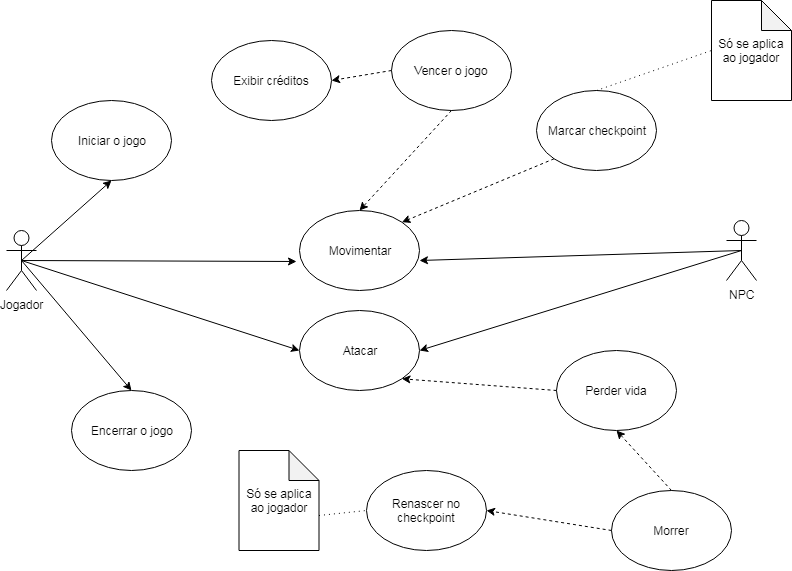
Thifany-Nicastro/Sky-Ashes keeps this draw.io diagram as Documentação/Caso de uso.png. Above is the earlier version. Source tidied: cells renumbered, new cells last; positions are measured from the earlier drawing's top-left corner, leaving out a move shared by most shapes. Source of this version:
```xml
<mxGraphModel>
  <root>
    <mxCell id="0" />
    <mxCell id="1" parent="0" />
    <mxCell id="2" value="Jogador&lt;br&gt;" style="shape=umlActor;verticalLabelPosition=bottom;labelBackgroundColor=#ffffff;verticalAlign=top;html=1;outlineConnect=0;" parent="1" vertex="1">
      <mxGeometry y="230" width="30" height="60" as="geometry" />
    </mxCell>
    <mxCell id="3" value="NPC" style="shape=umlActor;verticalLabelPosition=bottom;labelBackgroundColor=#ffffff;verticalAlign=top;html=1;outlineConnect=0;" parent="1" vertex="1">
      <mxGeometry x="720" y="220" width="30" height="60" as="geometry" />
    </mxCell>
    <mxCell id="4" value="Iniciar o jogo" style="ellipse;whiteSpace=wrap;html=1;" parent="1" vertex="1">
      <mxGeometry x="45" y="100" width="120" height="80" as="geometry" />
    </mxCell>
    <mxCell id="5" value="Encerrar o jogo" style="ellipse;whiteSpace=wrap;html=1;" parent="1" vertex="1">
      <mxGeometry x="65" y="390" width="120" height="80" as="geometry" />
    </mxCell>
    <mxCell id="6" value="Atacar" style="ellipse;whiteSpace=wrap;html=1;" parent="1" vertex="1">
      <mxGeometry x="293" y="310" width="120" height="80" as="geometry" />
    </mxCell>
    <mxCell id="7" value="Movimentar" style="ellipse;whiteSpace=wrap;html=1;" parent="1" vertex="1">
      <mxGeometry x="293" y="210" width="120" height="80" as="geometry" />
    </mxCell>
    <mxCell id="8" style="endArrow=classic;html=1;entryX=0.5;entryY=1;entryDx=0;entryDy=0;exitX=0.5;exitY=0.5;exitDx=0;exitDy=0;exitPerimeter=0;" parent="1" edge="1" source="2" target="4">
      <mxGeometry relative="1" as="geometry" />
    </mxCell>
    <mxCell id="9" style="endArrow=classic;html=1;exitX=0.5;exitY=0.5;exitDx=0;exitDy=0;exitPerimeter=0;" parent="1" edge="1" source="2">
      <mxGeometry relative="1" as="geometry">
        <mxPoint x="290" y="261" as="targetPoint" />
      </mxGeometry>
    </mxCell>
    <mxCell id="10" style="endArrow=classic;html=1;entryX=1;entryY=0.625;entryDx=0;entryDy=0;entryPerimeter=0;exitX=0.5;exitY=0.5;exitDx=0;exitDy=0;exitPerimeter=0;" parent="1" edge="1" source="3" target="7">
      <mxGeometry relative="1" as="geometry" />
    </mxCell>
    <mxCell id="11" style="endArrow=classic;html=1;entryX=0;entryY=0.5;entryDx=0;entryDy=0;exitX=0.5;exitY=0.5;exitDx=0;exitDy=0;exitPerimeter=0;" parent="1" edge="1" source="2" target="6">
      <mxGeometry relative="1" as="geometry" />
    </mxCell>
    <mxCell id="12" style="endArrow=classic;html=1;entryX=1;entryY=0.5;entryDx=0;entryDy=0;exitX=0.5;exitY=0.5;exitDx=0;exitDy=0;exitPerimeter=0;" parent="1" edge="1" source="3" target="6">
      <mxGeometry relative="1" as="geometry" />
    </mxCell>
    <mxCell id="13" style="endArrow=classic;html=1;entryX=0.5;entryY=0;entryDx=0;entryDy=0;exitX=0.5;exitY=0.5;exitDx=0;exitDy=0;exitPerimeter=0;" parent="1" edge="1" source="2" target="5">
      <mxGeometry relative="1" as="geometry" />
    </mxCell>
    <mxCell id="14" value="Morrer" style="ellipse;whiteSpace=wrap;html=1;" parent="1" vertex="1">
      <mxGeometry x="605" y="490" width="120" height="80" as="geometry" />
    </mxCell>
    <mxCell id="15" style="endArrow=classic;dashed=1;html=1;entryX=0.5;entryY=1;entryDx=0;entryDy=0;exitX=0.5;exitY=0;exitDx=0;exitDy=0;startArrow=none;startFill=0;endFill=1;" parent="1" edge="1" source="14" target="16">
      <mxGeometry relative="1" as="geometry" />
    </mxCell>
    <mxCell id="16" value="Perder vida" style="ellipse;whiteSpace=wrap;html=1;" parent="1" vertex="1">
      <mxGeometry x="550" y="350" width="120" height="80" as="geometry" />
    </mxCell>
    <mxCell id="17" style="endArrow=classic;dashed=1;html=1;entryX=1;entryY=1;entryDx=0;entryDy=0;exitX=0;exitY=0.5;exitDx=0;exitDy=0;startArrow=none;startFill=0;endFill=1;" parent="1" edge="1" source="16" target="6">
      <mxGeometry relative="1" as="geometry" />
    </mxCell>
    <mxCell id="18" style="endArrow=classic;dashed=1;html=1;exitX=0;exitY=0.5;exitDx=0;exitDy=0;startArrow=none;startFill=0;endFill=1;entryX=1;entryY=0.5;entryDx=0;entryDy=0;" parent="1" edge="1" source="14" target="19">
      <mxGeometry relative="1" as="geometry" />
    </mxCell>
    <mxCell id="19" value="Renascer no checkpoint" style="ellipse;whiteSpace=wrap;html=1;" parent="1" vertex="1">
      <mxGeometry x="360" y="470" width="120" height="80" as="geometry" />
    </mxCell>
    <mxCell id="20" value="Marcar checkpoint" style="ellipse;whiteSpace=wrap;html=1;" parent="1" vertex="1">
      <mxGeometry x="530" y="90" width="120" height="80" as="geometry" />
    </mxCell>
    <mxCell id="21" style="endArrow=classic;dashed=1;html=1;entryX=1;entryY=0;entryDx=0;entryDy=0;exitX=0;exitY=1;exitDx=0;exitDy=0;startArrow=none;startFill=0;endFill=1;" parent="1" edge="1" source="20" target="7">
      <mxGeometry relative="1" as="geometry" />
    </mxCell>
    <mxCell id="22" value="Só se aplica ao jogador" style="shape=note;whiteSpace=wrap;html=1;backgroundOutline=1;darkOpacity=0.05;" parent="1" vertex="1">
      <mxGeometry x="705" width="80" height="100" as="geometry" />
    </mxCell>
    <mxCell id="23" style="endArrow=none;dashed=1;html=1;entryX=0;entryY=0.5;entryDx=0;entryDy=0;entryPerimeter=0;dashPattern=1 4;exitX=0.5;exitY=0;exitDx=0;exitDy=0;" parent="1" edge="1" source="20" target="22">
      <mxGeometry relative="1" as="geometry" />
    </mxCell>
    <mxCell id="24" value="Vencer o jogo" style="ellipse;whiteSpace=wrap;html=1;" parent="1" vertex="1">
      <mxGeometry x="385" y="30" width="120" height="80" as="geometry" />
    </mxCell>
    <mxCell id="25" style="endArrow=classic;dashed=1;html=1;entryX=0.5;entryY=0;entryDx=0;entryDy=0;exitX=0.5;exitY=1;exitDx=0;exitDy=0;startArrow=none;startFill=0;endFill=1;" parent="1" edge="1" source="24" target="7">
      <mxGeometry relative="1" as="geometry" />
    </mxCell>
    <mxCell id="26" value="Exibir créditos" style="ellipse;whiteSpace=wrap;html=1;" parent="1" vertex="1">
      <mxGeometry x="205" y="40" width="120" height="80" as="geometry" />
    </mxCell>
    <mxCell id="27" style="endArrow=classic;dashed=1;html=1;exitX=0;exitY=0.5;exitDx=0;exitDy=0;startArrow=none;startFill=0;endFill=1;entryX=1;entryY=0.5;entryDx=0;entryDy=0;" parent="1" edge="1" source="24" target="26">
      <mxGeometry relative="1" as="geometry" />
    </mxCell>
    <mxCell id="28" value="Só se aplica ao jogador" style="shape=note;whiteSpace=wrap;html=1;backgroundOutline=1;darkOpacity=0.05;" parent="1" vertex="1">
      <mxGeometry x="232.5" y="450" width="80" height="100" as="geometry" />
    </mxCell>
    <mxCell id="29" style="endArrow=none;dashed=1;html=1;entryX=0;entryY=0.5;entryDx=0;entryDy=0;dashPattern=1 4;exitX=0;exitY=0;exitDx=80;exitDy=65;exitPerimeter=0;" parent="1" edge="1" source="28" target="19">
      <mxGeometry relative="1" as="geometry" />
    </mxCell>
  </root>
</mxGraphModel>
```
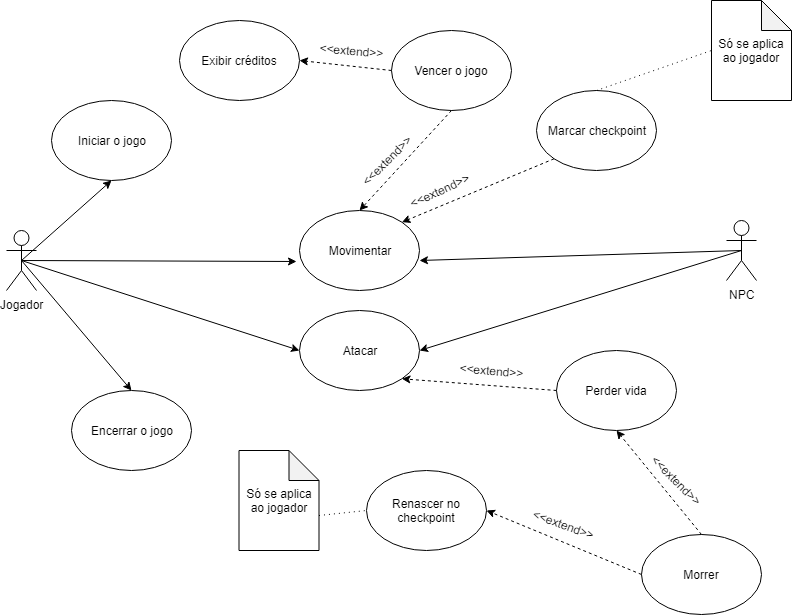
The same diagram one commit later.

What changed in the source:
```diff
@@ -41,7 +41,7 @@
       <mxGeometry relative="1" as="geometry" />
     </mxCell>
     <mxCell id="14" value="Morrer" style="ellipse;whiteSpace=wrap;html=1;" parent="1" vertex="1">
-      <mxGeometry x="605" y="490" width="120" height="80" as="geometry" />
+      <mxGeometry x="635" y="534" width="120" height="80" as="geometry" />
     </mxCell>
     <mxCell id="15" style="endArrow=classic;dashed=1;html=1;entryX=0.5;entryY=1;entryDx=0;entryDy=0;exitX=0.5;exitY=0;exitDx=0;exitDy=0;startArrow=none;startFill=0;endFill=1;" parent="1" edge="1" source="14" target="16">
       <mxGeometry relative="1" as="geometry" />
@@ -77,7 +77,7 @@
       <mxGeometry relative="1" as="geometry" />
     </mxCell>
     <mxCell id="26" value="Exibir créditos" style="ellipse;whiteSpace=wrap;html=1;" parent="1" vertex="1">
-      <mxGeometry x="205" y="40" width="120" height="80" as="geometry" />
+      <mxGeometry x="173" y="20" width="120" height="80" as="geometry" />
     </mxCell>
     <mxCell id="27" style="endArrow=classic;dashed=1;html=1;exitX=0;exitY=0.5;exitDx=0;exitDy=0;startArrow=none;startFill=0;endFill=1;entryX=1;entryY=0.5;entryDx=0;entryDy=0;" parent="1" edge="1" source="24" target="26">
       <mxGeometry relative="1" as="geometry" />
@@ -88,5 +88,23 @@
     <mxCell id="29" style="endArrow=none;dashed=1;html=1;entryX=0;entryY=0.5;entryDx=0;entryDy=0;dashPattern=1 4;exitX=0;exitY=0;exitDx=80;exitDy=65;exitPerimeter=0;" parent="1" edge="1" source="28" target="19">
       <mxGeometry relative="1" as="geometry" />
     </mxCell>
+    <mxCell id="30" value="&amp;lt;&amp;lt;extend&amp;gt;&amp;gt;" style="text;html=1;strokeColor=none;fillColor=none;align=center;verticalAlign=middle;whiteSpace=wrap;rounded=0;rotation=5;" parent="1" vertex="1">
+      <mxGeometry x="465" y="360" width="40" height="20" as="geometry" />
+    </mxCell>
+    <mxCell id="31" value="&amp;lt;&amp;lt;extend&amp;gt;&amp;gt;" style="text;html=1;strokeColor=none;fillColor=none;align=center;verticalAlign=middle;whiteSpace=wrap;rounded=0;rotation=-25;" parent="1" vertex="1">
+      <mxGeometry x="413" y="180" width="40" height="20" as="geometry" />
+    </mxCell>
+    <mxCell id="32" value="&amp;lt;&amp;lt;extend&amp;gt;&amp;gt;" style="text;html=1;strokeColor=none;fillColor=none;align=center;verticalAlign=middle;whiteSpace=wrap;rounded=0;rotation=-45;" parent="1" vertex="1">
+      <mxGeometry x="360" y="150" width="40" height="20" as="geometry" />
+    </mxCell>
+    <mxCell id="33" value="&amp;lt;&amp;lt;extend&amp;gt;&amp;gt;" style="text;html=1;strokeColor=none;fillColor=none;align=center;verticalAlign=middle;whiteSpace=wrap;rounded=0;rotation=45;" parent="1" vertex="1">
+      <mxGeometry x="650" y="470" width="40" height="20" as="geometry" />
+    </mxCell>
+    <mxCell id="34" value="&amp;lt;&amp;lt;extend&amp;gt;&amp;gt;" style="text;html=1;strokeColor=none;fillColor=none;align=center;verticalAlign=middle;whiteSpace=wrap;rounded=0;rotation=20;" parent="1" vertex="1">
+      <mxGeometry x="537.5" y="514" width="40" height="20" as="geometry" />
+    </mxCell>
+    <mxCell id="35" value="&amp;lt;&amp;lt;extend&amp;gt;&amp;gt;" style="text;html=1;strokeColor=none;fillColor=none;align=center;verticalAlign=middle;whiteSpace=wrap;rounded=0;rotation=5;" parent="1" vertex="1">
+      <mxGeometry x="325" y="40" width="40" height="20" as="geometry" />
+    </mxCell>
   </root>
 </mxGraphModel>
```
